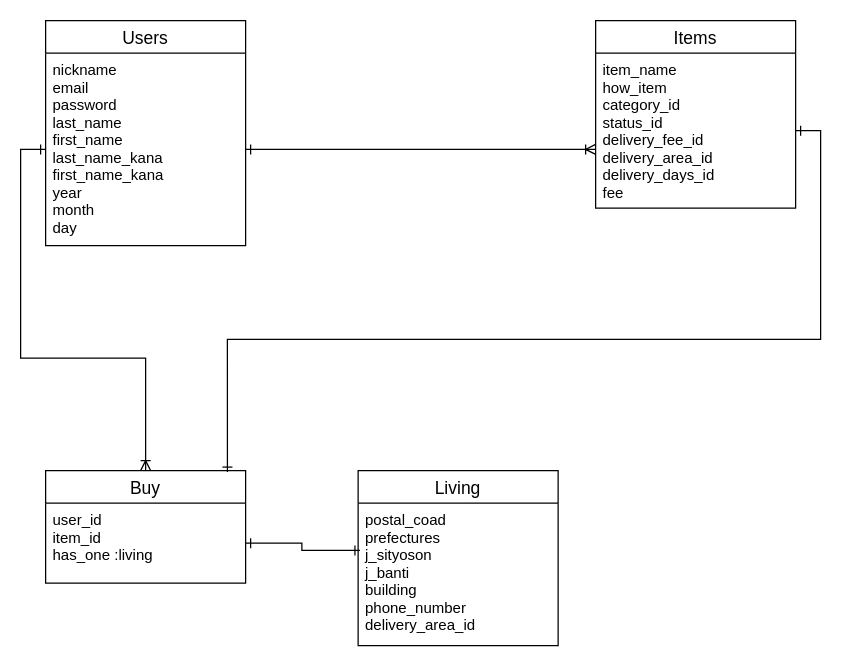
Aiki-k/furima-33392 keeps this draw.io diagram as er.dio. Above is the earlier version. Source tidied: cells renumbered, new cells numbered last; positions are measured from the earlier drawing's top-left corner, leaving out a move shared by most shapes. Both pictures are drawn from the tidied source at 125%, with x=0, y=0 at pixel (45, 20).
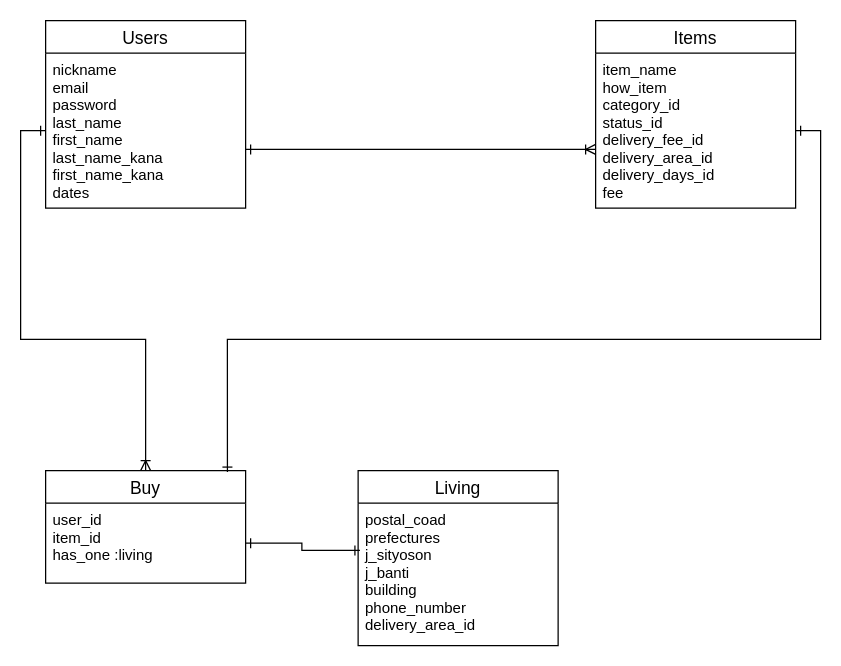
After the change.

Change to the diagram source:
```diff
@@
 <mxGraphModel>
   <root>
     <mxCell id="0" />
     <mxCell id="1" parent="0" />
     <mxCell id="2" value="Users" style="swimlane;fontStyle=0;horizontal=1;startSize=26;align=center;fontSize=14;" parent="1" vertex="1">
-      <mxGeometry width="160" height="180" as="geometry" />
+      <mxGeometry width="160" height="150" as="geometry" />
     </mxCell>
-    <mxCell id="3" value="nickname&#10;email&#10;password&#10;last_name&#10;first_name&#10;last_name_kana&#10;first_name_kana&#10;year&#10;month&#10;day" style="text;strokeColor=none;fillColor=none;spacingLeft=4;spacingRight=4;overflow=hidden;points=[[0,0.5],[1,0.5]];portConstraint=eastwest;fontSize=12;" parent="2" vertex="1">
-      <mxGeometry y="26" width="160" height="154" as="geometry" />
+    <mxCell id="3" value="nickname&#10;email&#10;password&#10;last_name&#10;first_name&#10;last_name_kana&#10;first_name_kana&#10;dates" style="text;strokeColor=none;fillColor=none;spacingLeft=4;spacingRight=4;overflow=hidden;points=[[0,0.5],[1,0.5]];portConstraint=eastwest;fontSize=12;" parent="2" vertex="1">
+      <mxGeometry y="26" width="160" height="124" as="geometry" />
     </mxCell>
     <mxCell id="4" value="Items" style="swimlane;fontStyle=0;horizontal=1;startSize=26;align=center;fontSize=14;" parent="1" vertex="1">
       <mxGeometry x="440" width="160" height="150" as="geometry" />
     </mxCell>
     <mxCell id="5" value="item_name&#10;how_item&#10;category_id&#10;status_id&#10;delivery_fee_id&#10;delivery_area_id&#10;delivery_days_id&#10;fee" style="text;strokeColor=none;fillColor=none;spacingLeft=4;spacingRight=4;overflow=hidden;points=[[0,0.5],[1,0.5]];portConstraint=eastwest;fontSize=12;" parent="4" vertex="1">
       <mxGeometry y="26" width="160" height="124" as="geometry" />
     </mxCell>
     <mxCell id="6" value="Buy" style="swimlane;fontStyle=0;horizontal=1;startSize=26;align=center;fontSize=14;" parent="1" vertex="1">
       <mxGeometry y="360" width="160" height="90" as="geometry" />
     </mxCell>
     <mxCell id="7" value="user_id&#10;item_id&#10;has_one :living" style="text;strokeColor=none;fillColor=none;spacingLeft=4;spacingRight=4;overflow=hidden;points=[[0,0.5],[1,0.5]];portConstraint=eastwest;fontSize=12;" parent="6" vertex="1">
       <mxGeometry y="26" width="160" height="64" as="geometry" />
     </mxCell>
     <mxCell id="8" value="Living" style="swimlane;fontStyle=0;horizontal=1;startSize=26;align=center;fontSize=14;" parent="1" vertex="1">
       <mxGeometry x="250" y="360" width="160" height="140" as="geometry" />
     </mxCell>
     <mxCell id="9" value="postal_coad&#10;prefectures&#10;j_sityoson&#10;j_banti&#10;building&#10;phone_number&#10;delivery_area_id" style="text;strokeColor=none;fillColor=none;spacingLeft=4;spacingRight=4;overflow=hidden;points=[[0,0.5],[1,0.5]];portConstraint=eastwest;fontSize=12;" parent="8" vertex="1">
       <mxGeometry y="26" width="160" height="114" as="geometry" />
     </mxCell>
     <mxCell id="10" style="edgeStyle=orthogonalEdgeStyle;rounded=0;jettySize=auto;html=1;endArrow=ERoneToMany;endFill=0;startArrow=ERone;startFill=0;" parent="1" edge="1" source="3" target="5">
       <mxGeometry relative="1" as="geometry">
         <Array as="points">
           <mxPoint x="400" y="103" />
           <mxPoint x="400" y="103" />
         </Array>
       </mxGeometry>
     </mxCell>
     <mxCell id="11" style="edgeStyle=orthogonalEdgeStyle;rounded=0;jettySize=auto;html=1;startArrow=ERone;startFill=0;endArrow=ERoneToMany;endFill=0;entryX=0.5;entryY=0;entryDx=0;entryDy=0;" parent="1" edge="1" source="3" target="6">
       <mxGeometry relative="1" as="geometry" />
     </mxCell>
     <mxCell id="12" style="edgeStyle=orthogonalEdgeStyle;rounded=0;jettySize=auto;html=1;exitX=1;exitY=0.5;exitDx=0;exitDy=0;startArrow=ERone;startFill=0;endArrow=ERone;endFill=0;entryX=0.909;entryY=0.013;entryDx=0;entryDy=0;entryPerimeter=0;" parent="1" edge="1" source="5" target="6">
       <mxGeometry relative="1" as="geometry" />
     </mxCell>
     <mxCell id="13" style="edgeStyle=orthogonalEdgeStyle;rounded=0;jettySize=auto;html=1;startArrow=ERone;startFill=0;endArrow=ERone;endFill=0;entryX=0.009;entryY=0.332;entryDx=0;entryDy=0;entryPerimeter=0;" parent="1" edge="1" source="7" target="9">
       <mxGeometry relative="1" as="geometry" />
     </mxCell>
   </root>
 </mxGraphModel>
```
